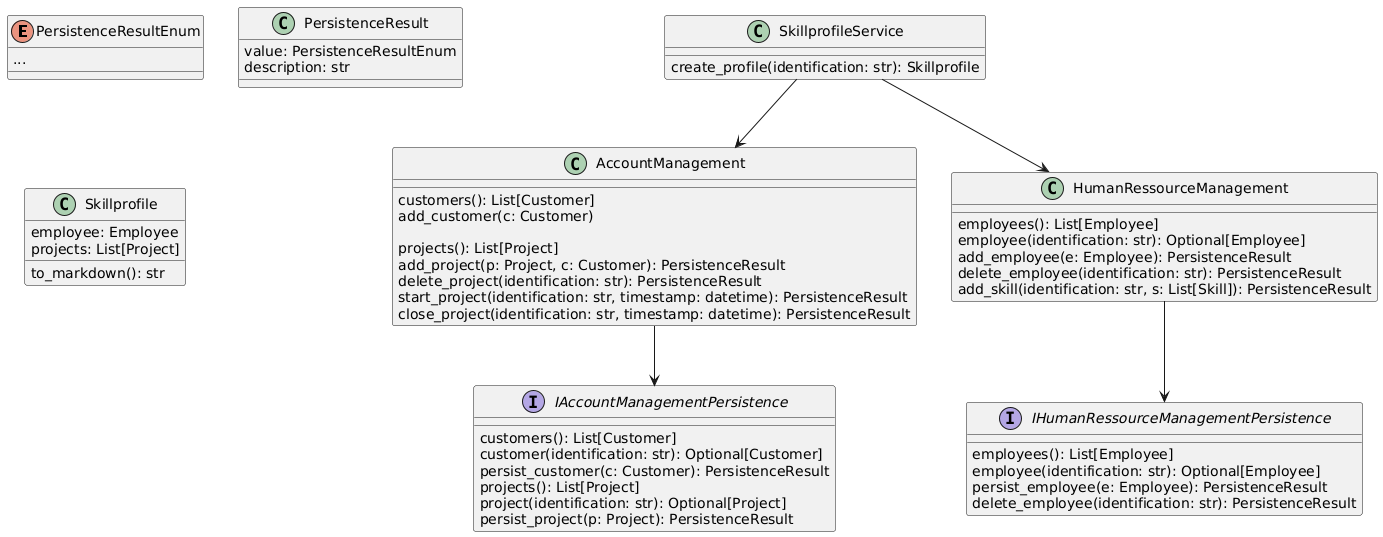
The PlantUML diagram doc/img/class_fachlogik.png in Philipp-Co/conciso-kickstarter-python, before a commit.
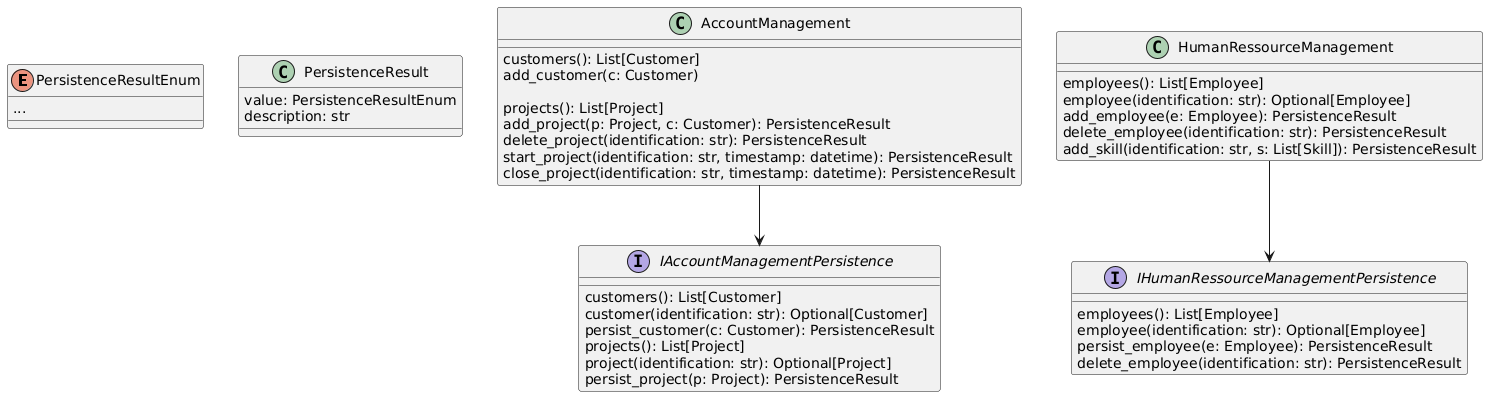
After the commit.

Commit message:
5-auslagern-der-fachlogik: Sequenzdiagramm fuer das Anwerben.

What changed in the source:
```diff
@@ -43,18 +43,6 @@
     add_skill(identification: str, s: List[Skill]): PersistenceResult
 }
 
-class Skillprofile {
-    employee: Employee
-    projects: List[Project]
-    to_markdown(): str
-}
-
-class SkillprofileService {
-    create_profile(identification: str): Skillprofile
-}
-
 AccountManagement --> IAccountManagementPersistence
 HumanRessourceManagement --> IHumanRessourceManagementPersistence
-SkillprofileService --> AccountManagement
-SkillprofileService --> HumanRessourceManagement
 @enduml
```
